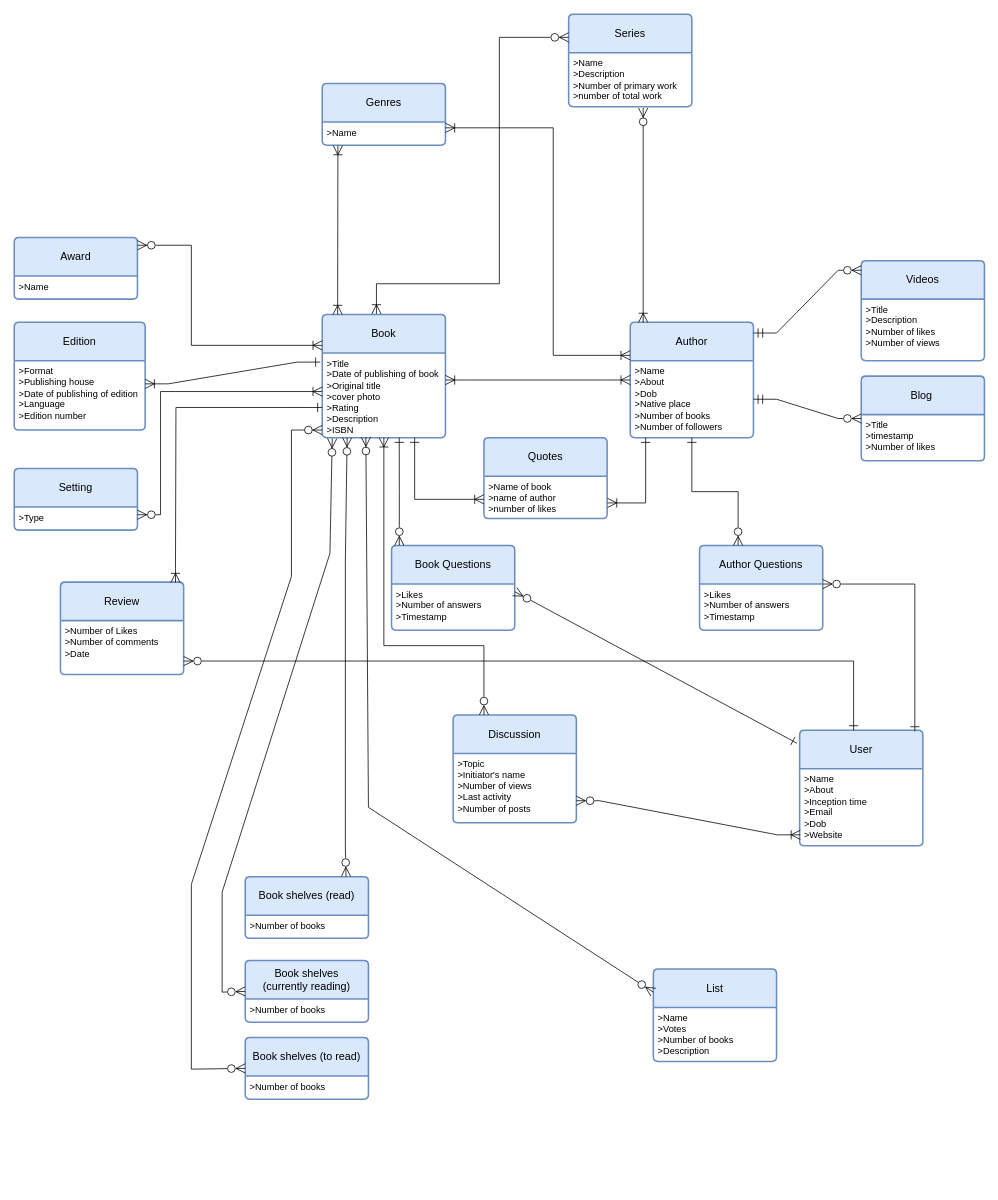
AyushSaxena01/erd keeps this draw.io diagram as Untitled Diagram.drawio. Above is the earlier version. Source tidied: cells renumbered, new cells numbered last; positions are measured from the earlier drawing's top-left corner, leaving out a move shared by most shapes. Both pictures are drawn from the tidied source at 77%, with x=0, y=0 at pixel (14, 14).
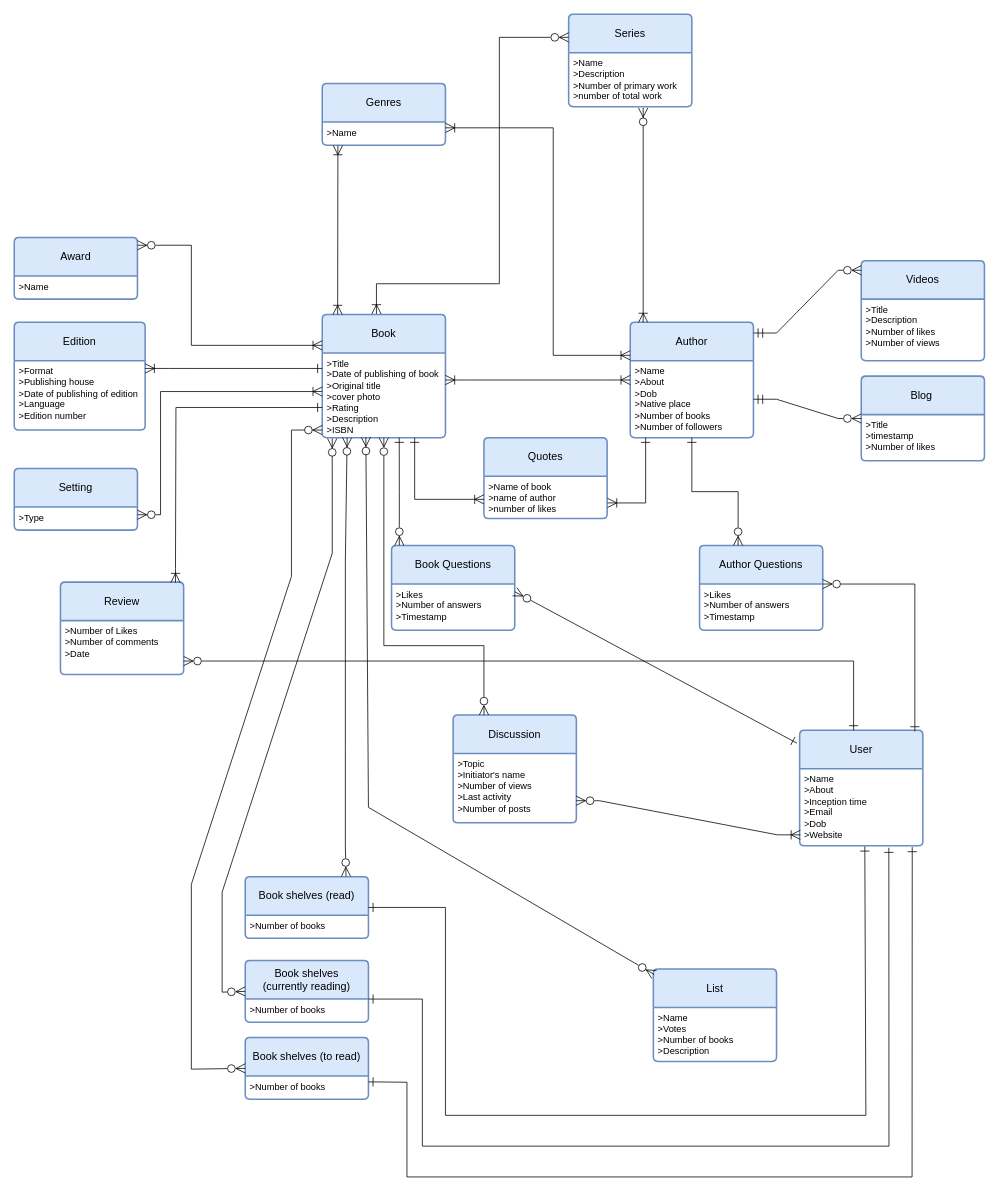
The same page after the edit.

Unchanged cells that the change refers to:
```xml
<mxCell id="3" value="&amp;gt;Title&lt;br&gt;&amp;gt;Date of publishing of book&lt;br&gt;&amp;gt;Original title&lt;br&gt;&amp;gt;cover photo&lt;br&gt;&amp;gt;Rating&lt;br&gt;&amp;gt;Description&lt;br&gt;&amp;gt;ISBN" style="align=left;strokeColor=none;fillColor=none;spacingLeft=4;fontSize=12;verticalAlign=top;html=1;" parent="2" vertex="1">
  <mxGeometry y="50" width="160" height="110" as="geometry" />
</mxCell>
<mxCell id="20" value="Discussion" style="swimlane;horizontal=1;startSize=50;rounded=1;fontSize=14;fontStyle=0;strokeWidth=2;shadow=0;dashed=0;align=center;arcSize=4;whiteSpace=wrap;html=1;fillColor=#dae8fc;strokeColor=#6c8ebf;" parent="1" vertex="1">
  <mxGeometry x="570" y="910" width="160" height="140" as="geometry" />
</mxCell>
<mxCell id="24" value="List" style="swimlane;horizontal=1;startSize=50;rounded=1;fontSize=14;fontStyle=0;strokeWidth=2;shadow=0;dashed=0;align=center;arcSize=4;whiteSpace=wrap;html=1;fillColor=#dae8fc;strokeColor=#6c8ebf;" parent="1" vertex="1">
  <mxGeometry x="830" y="1240" width="160" height="120" as="geometry" />
</mxCell>
<mxCell id="27" value="&amp;gt;Name&lt;br&gt;&amp;gt;About&lt;br&gt;&amp;gt;Inception time&lt;br&gt;&amp;gt;Email&lt;br&gt;&amp;gt;Dob&lt;br&gt;&amp;gt;Website" style="align=left;strokeColor=none;fillColor=none;spacingLeft=4;fontSize=12;verticalAlign=top;html=1;" parent="26" vertex="1">
  <mxGeometry y="50" width="160" height="100" as="geometry" />
</mxCell>
<mxCell id="28" value="Book shelves (read)" style="swimlane;horizontal=1;startSize=50;rounded=1;fontSize=14;fontStyle=0;strokeWidth=2;shadow=0;dashed=0;align=center;arcSize=4;whiteSpace=wrap;html=1;fillColor=#dae8fc;strokeColor=#6c8ebf;" parent="1" vertex="1">
  <mxGeometry x="300" y="1120" width="160" height="80" as="geometry" />
</mxCell>
<mxCell id="31" value="&amp;gt;Number of books" style="align=left;strokeColor=none;fillColor=none;spacingLeft=4;fontSize=12;verticalAlign=top;html=1;" parent="30" vertex="1">
  <mxGeometry y="50" width="160" height="30" as="geometry" />
</mxCell>
<mxCell id="32" value="Book shelves &lt;br&gt;(currently reading)" style="swimlane;horizontal=1;startSize=50;rounded=1;fontSize=14;fontStyle=0;strokeWidth=2;shadow=0;dashed=0;align=center;arcSize=4;whiteSpace=wrap;html=1;fillColor=#dae8fc;strokeColor=#6c8ebf;" parent="1" vertex="1">
  <mxGeometry x="300" y="1229" width="160" height="80" as="geometry" />
</mxCell>
<mxCell id="33" value="&amp;gt;Number of books" style="align=left;strokeColor=none;fillColor=none;spacingLeft=4;fontSize=12;verticalAlign=top;html=1;" parent="32" vertex="1">
  <mxGeometry y="50" width="160" height="30" as="geometry" />
</mxCell>
```

Diff of the diagram source:
```diff
@@
-    <mxCell id="47" style="edgeStyle=entityRelationEdgeStyle;fontSize=12;html=1;endArrow=ERone;endFill=0;rounded=0;startArrow=ERoneToMany;startFill=0;jumpSize=6;startSize=10;endSize=10;entryX=-0.016;entryY=0.107;entryDx=0;entryDy=0;entryPerimeter=0;" parent="1" edge="1" target="3">
+    <mxCell id="47" style="edgeStyle=entityRelationEdgeStyle;fontSize=12;html=1;endArrow=ERone;endFill=0;rounded=0;startArrow=ERoneToMany;startFill=0;jumpSize=6;startSize=10;endSize=10;entryX=0;entryY=0.182;entryDx=0;entryDy=0;entryPerimeter=0;" parent="1" edge="1" target="3">
       <mxGeometry relative="1" as="geometry">
-        <mxPoint x="170" y="480" as="sourcePoint" />
+        <mxPoint x="170" y="460" as="sourcePoint" />
       </mxGeometry>
     </mxCell>
@@
-    <mxCell id="59" style="edgeStyle=orthogonalEdgeStyle;fontSize=12;html=1;endArrow=ERoneToMany;startArrow=ERzeroToMany;rounded=0;entryX=0.5;entryY=1;entryDx=0;entryDy=0;exitX=0.25;exitY=0;exitDx=0;exitDy=0;endSize=10;startSize=10;startFill=0;endFill=0;" parent="1" edge="1" source="20" target="3">
+    <mxCell id="59" style="edgeStyle=orthogonalEdgeStyle;fontSize=12;html=1;endArrow=ERzeroToMany;startArrow=ERzeroToMany;rounded=0;entryX=0.5;entryY=1;entryDx=0;entryDy=0;exitX=0.25;exitY=0;exitDx=0;exitDy=0;endSize=10;startSize=10;startFill=0;endFill=0;" parent="1" edge="1" source="20" target="3">
       <mxGeometry relative="1" as="geometry">
         <Array as="points">
           <mxPoint x="610" y="820" />
           <mxPoint x="480" y="820" />
         </Array>
       </mxGeometry>
     </mxCell>
-    <mxCell id="60" style="fontSize=12;html=1;endArrow=ERzeroToMany;endFill=1;rounded=0;entryX=0.354;entryY=0.993;entryDx=0;entryDy=0;entryPerimeter=0;endSize=10;startSize=10;startArrow=ERzeroToMany;startFill=0;exitX=0;exitY=0.25;exitDx=0;exitDy=0;" parent="1" edge="1" source="24" target="3">
+    <mxCell id="60" style="fontSize=12;html=1;endArrow=ERzeroToMany;endFill=1;rounded=0;entryX=0.354;entryY=0.993;entryDx=0;entryDy=0;entryPerimeter=0;endSize=10;startSize=10;startArrow=ERzeroToMany;startFill=0;exitX=0.007;exitY=0.059;exitDx=0;exitDy=0;exitPerimeter=0;" parent="1" edge="1" source="24" target="3">
       <mxGeometry relative="1" as="geometry">
         <Array as="points">
           <mxPoint x="460" y="1030" />
         </Array>
       </mxGeometry>
     </mxCell>
@@
     <mxCell id="62" style="fontSize=12;html=1;endArrow=ERzeroToMany;endFill=1;rounded=0;endSize=10;startSize=10;startArrow=ERzeroToMany;startFill=0;exitX=0;exitY=0.5;exitDx=0;exitDy=0;entryX=0.081;entryY=1.009;entryDx=0;entryDy=0;entryPerimeter=0;" parent="1" edge="1" source="32" target="3">
       <mxGeometry relative="1" as="geometry">
         <Array as="points">
           <mxPoint x="270" y="1270" />
           <mxPoint x="270" y="1140" />
-          <mxPoint x="410" y="700" />
+          <mxPoint x="413" y="700" />
         </Array>
       </mxGeometry>
     </mxCell>
@@
+    <mxCell id="64" style="fontSize=12;html=1;endArrow=ERone;endFill=0;rounded=0;entryX=0.914;entryY=1.016;entryDx=0;entryDy=0;entryPerimeter=0;exitX=1;exitY=0.25;exitDx=0;exitDy=0;endSize=10;startSize=10;startArrow=ERone;startFill=0;" parent="1" edge="1" source="31" target="27">
+      <mxGeometry relative="1" as="geometry">
+        <Array as="points">
+          <mxPoint x="510" y="1387" />
+          <mxPoint x="510" y="1510" />
+          <mxPoint x="1166" y="1510" />
+        </Array>
+      </mxGeometry>
+    </mxCell>
+    <mxCell id="65" style="fontSize=12;html=1;endArrow=ERone;endFill=0;rounded=0;entryX=0.724;entryY=1.025;entryDx=0;entryDy=0;entryPerimeter=0;exitX=1;exitY=0;exitDx=0;exitDy=0;endSize=10;startSize=10;startArrow=ERone;startFill=0;" parent="1" edge="1" source="33" target="27">
+      <mxGeometry relative="1" as="geometry">
+        <Array as="points">
+          <mxPoint x="530" y="1279" />
+          <mxPoint x="530" y="1470" />
+          <mxPoint x="1136" y="1470" />
+        </Array>
+      </mxGeometry>
+    </mxCell>
+    <mxCell id="66" style="fontSize=12;html=1;endArrow=ERone;endFill=0;rounded=0;exitX=1;exitY=0.5;exitDx=0;exitDy=0;endSize=10;startSize=10;startArrow=ERone;startFill=0;entryX=0.529;entryY=1.008;entryDx=0;entryDy=0;entryPerimeter=0;" parent="1" edge="1" source="28" target="27">
+      <mxGeometry relative="1" as="geometry">
+        <Array as="points">
+          <mxPoint x="560" y="1160" />
+          <mxPoint x="560" y="1430" />
+          <mxPoint x="1106" y="1430" />
+        </Array>
+      </mxGeometry>
+    </mxCell>
```
